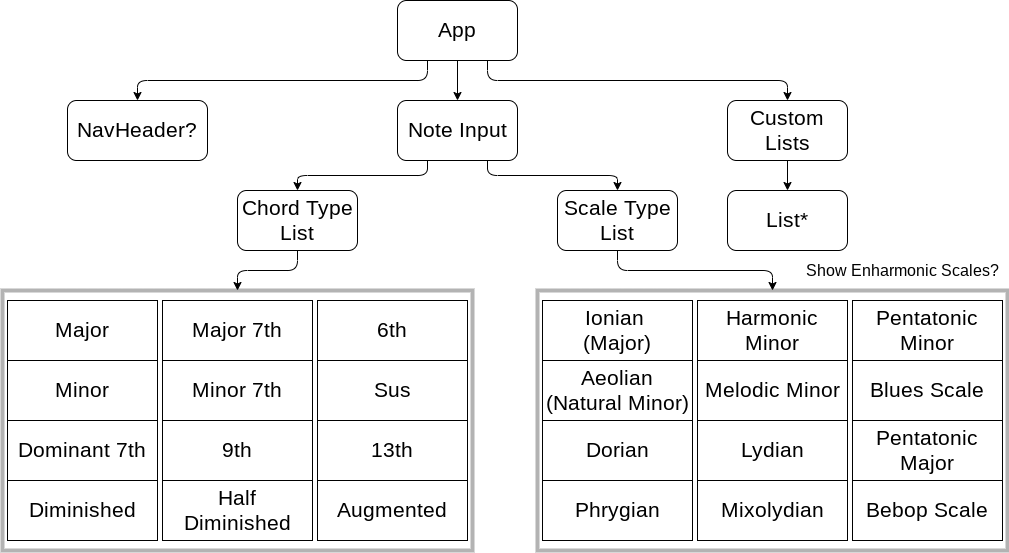
YTyler/chord-book keeps this draw.io diagram as src/images/structure.png. Above is the earlier version. Source tidied: cells renumbered, new cells last; positions are measured from the earlier drawing's top-left corner, leaving out a move shared by most shapes. Source of this version:
```xml
<mxGraphModel>
  <root>
    <mxCell id="0" />
    <mxCell id="1" parent="0" />
    <mxCell id="2" style="rounded=0;whiteSpace=wrap;html=1;strokeWidth=4;fillColor=none;fontSize=21;strokeColor=#B3B3B3;" parent="1" vertex="1">
      <mxGeometry x="535" y="290" width="470" height="260" as="geometry" />
    </mxCell>
    <mxCell id="3" style="edgeStyle=orthogonalEdgeStyle;rounded=0;jettySize=auto;html=1;fontSize=21;" parent="1" edge="1" source="4" target="6">
      <mxGeometry relative="1" as="geometry" />
    </mxCell>
    <mxCell id="4" value="App" style="rounded=1;whiteSpace=wrap;html=1;fontSize=21;" parent="1" vertex="1">
      <mxGeometry x="395" width="120" height="60" as="geometry" />
    </mxCell>
    <mxCell id="5" value="NavHeader?" style="rounded=1;whiteSpace=wrap;html=1;fontSize=21;" parent="1" vertex="1">
      <mxGeometry x="65" y="100" width="140" height="60" as="geometry" />
    </mxCell>
    <mxCell id="6" value="Note Input" style="rounded=1;whiteSpace=wrap;html=1;fontSize=21;" parent="1" vertex="1">
      <mxGeometry x="395" y="100" width="120" height="60" as="geometry" />
    </mxCell>
    <mxCell id="7" value="Chord Type List" style="rounded=1;whiteSpace=wrap;html=1;fontSize=21;" parent="1" vertex="1">
      <mxGeometry x="235" y="190" width="120" height="60" as="geometry" />
    </mxCell>
    <mxCell id="8" value="Scale Type List" style="rounded=1;whiteSpace=wrap;html=1;fontSize=21;" parent="1" vertex="1">
      <mxGeometry x="555" y="190" width="120" height="60" as="geometry" />
    </mxCell>
    <mxCell id="9" value="Ionian&amp;nbsp;&lt;br&gt;(Major)" style="rounded=0;whiteSpace=wrap;html=1;fontSize=21;" parent="1" vertex="1">
      <mxGeometry x="540" y="300" width="150" height="60" as="geometry" />
    </mxCell>
    <mxCell id="10" value="Aeolian&lt;br&gt;(Natural Minor)" style="rounded=0;whiteSpace=wrap;html=1;fontSize=21;" parent="1" vertex="1">
      <mxGeometry x="540" y="360" width="150" height="60" as="geometry" />
    </mxCell>
    <mxCell id="11" value="Harmonic Minor" style="rounded=0;whiteSpace=wrap;html=1;fontSize=21;" parent="1" vertex="1">
      <mxGeometry x="695" y="300" width="150" height="60" as="geometry" />
    </mxCell>
    <mxCell id="12" value="Melodic Minor" style="rounded=0;whiteSpace=wrap;html=1;fontSize=21;" parent="1" vertex="1">
      <mxGeometry x="695" y="360" width="150" height="60" as="geometry" />
    </mxCell>
    <mxCell id="13" style="endArrow=classic;html=1;fontSize=21;entryX=0.5;entryY=0;entryDx=0;entryDy=0;exitX=0.25;exitY=1;exitDx=0;exitDy=0;edgeStyle=orthogonalEdgeStyle;" parent="1" edge="1" source="6" target="7">
      <mxGeometry relative="1" as="geometry" />
    </mxCell>
    <mxCell id="14" style="endArrow=classic;html=1;fontSize=21;exitX=0.75;exitY=1;exitDx=0;exitDy=0;entryX=0.5;entryY=0;entryDx=0;entryDy=0;edgeStyle=orthogonalEdgeStyle;" parent="1" edge="1" source="6" target="8">
      <mxGeometry relative="1" as="geometry" />
    </mxCell>
    <mxCell id="15" style="endArrow=classic;html=1;fontSize=21;entryX=0.5;entryY=0;entryDx=0;entryDy=0;exitX=0.5;exitY=1;exitDx=0;exitDy=0;edgeStyle=orthogonalEdgeStyle;" parent="1" edge="1" source="8" target="2">
      <mxGeometry relative="1" as="geometry" />
    </mxCell>
    <mxCell id="16" value="Blues Scale" style="rounded=0;whiteSpace=wrap;html=1;strokeWidth=1;fillColor=#ffffff;fontSize=21;" parent="1" vertex="1">
      <mxGeometry x="850" y="360" width="150" height="60" as="geometry" />
    </mxCell>
    <mxCell id="17" value="Pentatonic Minor" style="rounded=0;whiteSpace=wrap;html=1;strokeWidth=1;fillColor=#ffffff;fontSize=21;" parent="1" vertex="1">
      <mxGeometry x="850" y="300" width="150" height="60" as="geometry" />
    </mxCell>
    <mxCell id="18" value="Dorian" style="rounded=0;whiteSpace=wrap;html=1;strokeWidth=1;fillColor=#ffffff;fontSize=21;" parent="1" vertex="1">
      <mxGeometry x="540" y="420" width="150" height="60" as="geometry" />
    </mxCell>
    <mxCell id="19" value="Lydian" style="rounded=0;whiteSpace=wrap;html=1;strokeWidth=1;fillColor=#ffffff;fontSize=21;" parent="1" vertex="1">
      <mxGeometry x="695" y="420" width="150" height="60" as="geometry" />
    </mxCell>
    <mxCell id="20" value="Pentatonic Major" style="rounded=0;whiteSpace=wrap;html=1;strokeWidth=1;fillColor=#ffffff;fontSize=21;" parent="1" vertex="1">
      <mxGeometry x="850" y="420" width="150" height="60" as="geometry" />
    </mxCell>
    <mxCell id="21" value="Phrygian" style="rounded=0;whiteSpace=wrap;html=1;strokeWidth=1;fillColor=#ffffff;fontSize=21;" parent="1" vertex="1">
      <mxGeometry x="540" y="480" width="150" height="60" as="geometry" />
    </mxCell>
    <mxCell id="22" value="Mixolydian" style="rounded=0;whiteSpace=wrap;html=1;strokeWidth=1;fillColor=#ffffff;fontSize=21;" parent="1" vertex="1">
      <mxGeometry x="695" y="480" width="150" height="60" as="geometry" />
    </mxCell>
    <mxCell id="23" value="Bebop Scale" style="rounded=0;whiteSpace=wrap;html=1;strokeWidth=1;fillColor=#ffffff;fontSize=21;" parent="1" vertex="1">
      <mxGeometry x="850" y="480" width="150" height="60" as="geometry" />
    </mxCell>
    <mxCell id="24" value="Show Enharmonic Scales?" style="text;html=1;strokeColor=none;fillColor=none;align=center;verticalAlign=middle;whiteSpace=wrap;rounded=0;fontSize=16;" parent="1" vertex="1">
      <mxGeometry x="800" y="260" width="200" height="20" as="geometry" />
    </mxCell>
    <mxCell id="25" style="rounded=0;whiteSpace=wrap;html=1;strokeWidth=4;fillColor=none;fontSize=21;strokeColor=#B3B3B3;" parent="1" vertex="1">
      <mxGeometry y="290" width="470" height="260" as="geometry" />
    </mxCell>
    <mxCell id="26" value="Major" style="rounded=0;whiteSpace=wrap;html=1;fontSize=21;" parent="1" vertex="1">
      <mxGeometry x="5" y="300" width="150" height="60" as="geometry" />
    </mxCell>
    <mxCell id="27" value="Minor" style="rounded=0;whiteSpace=wrap;html=1;fontSize=21;" parent="1" vertex="1">
      <mxGeometry x="5" y="360" width="150" height="60" as="geometry" />
    </mxCell>
    <mxCell id="28" value="Major 7th" style="rounded=0;whiteSpace=wrap;html=1;fontSize=21;" parent="1" vertex="1">
      <mxGeometry x="160" y="300" width="150" height="60" as="geometry" />
    </mxCell>
    <mxCell id="29" value="Minor 7th" style="rounded=0;whiteSpace=wrap;html=1;fontSize=21;" parent="1" vertex="1">
      <mxGeometry x="160" y="360" width="150" height="60" as="geometry" />
    </mxCell>
    <mxCell id="30" value="Sus" style="rounded=0;whiteSpace=wrap;html=1;strokeWidth=1;fillColor=#ffffff;fontSize=21;" parent="1" vertex="1">
      <mxGeometry x="315" y="360" width="150" height="60" as="geometry" />
    </mxCell>
    <mxCell id="31" value="6th" style="rounded=0;whiteSpace=wrap;html=1;strokeWidth=1;fillColor=#ffffff;fontSize=21;" parent="1" vertex="1">
      <mxGeometry x="315" y="300" width="150" height="60" as="geometry" />
    </mxCell>
    <mxCell id="32" value="Dominant 7th" style="rounded=0;whiteSpace=wrap;html=1;strokeWidth=1;fillColor=#ffffff;fontSize=21;" parent="1" vertex="1">
      <mxGeometry x="5" y="420" width="150" height="60" as="geometry" />
    </mxCell>
    <mxCell id="33" value="9th" style="rounded=0;whiteSpace=wrap;html=1;strokeWidth=1;fillColor=#ffffff;fontSize=21;" parent="1" vertex="1">
      <mxGeometry x="160" y="420" width="150" height="60" as="geometry" />
    </mxCell>
    <mxCell id="34" value="13th" style="rounded=0;whiteSpace=wrap;html=1;strokeWidth=1;fillColor=#ffffff;fontSize=21;" parent="1" vertex="1">
      <mxGeometry x="315" y="420" width="150" height="60" as="geometry" />
    </mxCell>
    <mxCell id="35" value="Diminished" style="rounded=0;whiteSpace=wrap;html=1;strokeWidth=1;fillColor=#ffffff;fontSize=21;" parent="1" vertex="1">
      <mxGeometry x="5" y="480" width="150" height="60" as="geometry" />
    </mxCell>
    <mxCell id="36" value="Half Diminished" style="rounded=0;whiteSpace=wrap;html=1;strokeWidth=1;fillColor=#ffffff;fontSize=21;" parent="1" vertex="1">
      <mxGeometry x="160" y="480" width="150" height="60" as="geometry" />
    </mxCell>
    <mxCell id="37" value="Augmented" style="rounded=0;whiteSpace=wrap;html=1;strokeWidth=1;fillColor=#ffffff;fontSize=21;" parent="1" vertex="1">
      <mxGeometry x="315" y="480" width="150" height="60" as="geometry" />
    </mxCell>
    <mxCell id="38" style="endArrow=classic;html=1;fontSize=16;entryX=0.5;entryY=0;entryDx=0;entryDy=0;exitX=0.5;exitY=1;exitDx=0;exitDy=0;edgeStyle=orthogonalEdgeStyle;" parent="1" edge="1" source="7" target="25">
      <mxGeometry relative="1" as="geometry" />
    </mxCell>
    <mxCell id="39" style="edgeStyle=orthogonalEdgeStyle;rounded=0;jettySize=auto;html=1;fontSize=21;" parent="1" edge="1" source="40" target="41">
      <mxGeometry relative="1" as="geometry" />
    </mxCell>
    <mxCell id="40" value="Custom Lists" style="rounded=1;whiteSpace=wrap;html=1;strokeWidth=1;fillColor=#ffffff;fontSize=21;" parent="1" vertex="1">
      <mxGeometry x="725" y="100" width="120" height="60" as="geometry" />
    </mxCell>
    <mxCell id="41" value="List*" style="rounded=1;whiteSpace=wrap;html=1;strokeWidth=1;fillColor=#ffffff;fontSize=21;" parent="1" vertex="1">
      <mxGeometry x="725" y="190" width="120" height="60" as="geometry" />
    </mxCell>
    <mxCell id="42" style="endArrow=classic;html=1;fontSize=21;entryX=0.5;entryY=0;entryDx=0;entryDy=0;exitX=0.75;exitY=1;exitDx=0;exitDy=0;edgeStyle=orthogonalEdgeStyle;" parent="1" edge="1" source="4" target="40">
      <mxGeometry relative="1" as="geometry" />
    </mxCell>
    <mxCell id="43" style="endArrow=classic;html=1;fontSize=21;exitX=0.25;exitY=1;exitDx=0;exitDy=0;entryX=0.5;entryY=0;entryDx=0;entryDy=0;edgeStyle=orthogonalEdgeStyle;" parent="1" edge="1" source="4" target="5">
      <mxGeometry relative="1" as="geometry" />
    </mxCell>
  </root>
</mxGraphModel>
```
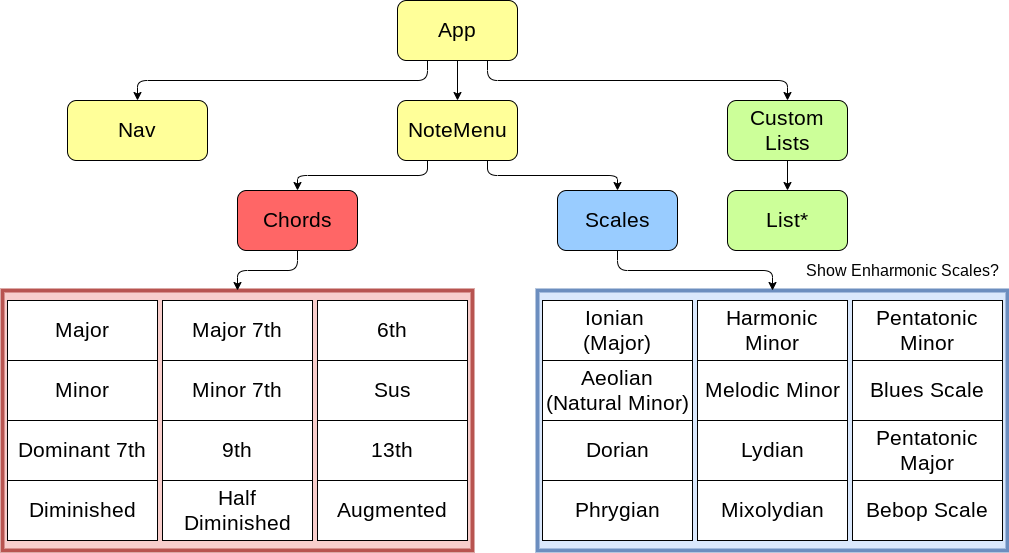
The same diagram one commit later.

What changed in the source:
```diff
@@ -2,25 +2,25 @@
   <root>
     <mxCell id="0" />
     <mxCell id="1" parent="0" />
-    <mxCell id="2" style="rounded=0;whiteSpace=wrap;html=1;strokeWidth=4;fillColor=none;fontSize=21;strokeColor=#B3B3B3;" parent="1" vertex="1">
+    <mxCell id="2" style="rounded=0;whiteSpace=wrap;html=1;strokeWidth=4;fillColor=#dae8fc;fontSize=21;strokeColor=#6c8ebf;" parent="1" vertex="1">
       <mxGeometry x="535" y="290" width="470" height="260" as="geometry" />
     </mxCell>
     <mxCell id="3" style="edgeStyle=orthogonalEdgeStyle;rounded=0;jettySize=auto;html=1;fontSize=21;" parent="1" edge="1" source="4" target="6">
       <mxGeometry relative="1" as="geometry" />
     </mxCell>
-    <mxCell id="4" value="App" style="rounded=1;whiteSpace=wrap;html=1;fontSize=21;" parent="1" vertex="1">
+    <mxCell id="4" value="App" style="rounded=1;whiteSpace=wrap;html=1;fontSize=21;fillColor=#FFFF99;" parent="1" vertex="1">
       <mxGeometry x="395" width="120" height="60" as="geometry" />
     </mxCell>
-    <mxCell id="5" value="NavHeader?" style="rounded=1;whiteSpace=wrap;html=1;fontSize=21;" parent="1" vertex="1">
+    <mxCell id="5" value="Nav" style="rounded=1;whiteSpace=wrap;html=1;fontSize=21;fillColor=#FFFF99;" parent="1" vertex="1">
       <mxGeometry x="65" y="100" width="140" height="60" as="geometry" />
     </mxCell>
-    <mxCell id="6" value="Note Input" style="rounded=1;whiteSpace=wrap;html=1;fontSize=21;" parent="1" vertex="1">
+    <mxCell id="6" value="NoteMenu" style="rounded=1;whiteSpace=wrap;html=1;fontSize=21;fillColor=#FFFF99;" parent="1" vertex="1">
       <mxGeometry x="395" y="100" width="120" height="60" as="geometry" />
     </mxCell>
-    <mxCell id="7" value="Chord Type List" style="rounded=1;whiteSpace=wrap;html=1;fontSize=21;" parent="1" vertex="1">
+    <mxCell id="7" value="Chords" style="rounded=1;whiteSpace=wrap;html=1;fontSize=21;fillColor=#FF6666;" parent="1" vertex="1">
       <mxGeometry x="235" y="190" width="120" height="60" as="geometry" />
     </mxCell>
-    <mxCell id="8" value="Scale Type List" style="rounded=1;whiteSpace=wrap;html=1;fontSize=21;" parent="1" vertex="1">
+    <mxCell id="8" value="Scales" style="rounded=1;whiteSpace=wrap;html=1;fontSize=21;fillColor=#99CCFF;" parent="1" vertex="1">
       <mxGeometry x="555" y="190" width="120" height="60" as="geometry" />
     </mxCell>
     <mxCell id="9" value="Ionian&amp;nbsp;&lt;br&gt;(Major)" style="rounded=0;whiteSpace=wrap;html=1;fontSize=21;" parent="1" vertex="1">
@@ -71,7 +71,7 @@
     <mxCell id="24" value="Show Enharmonic Scales?" style="text;html=1;strokeColor=none;fillColor=none;align=center;verticalAlign=middle;whiteSpace=wrap;rounded=0;fontSize=16;" parent="1" vertex="1">
       <mxGeometry x="800" y="260" width="200" height="20" as="geometry" />
     </mxCell>
-    <mxCell id="25" style="rounded=0;whiteSpace=wrap;html=1;strokeWidth=4;fillColor=none;fontSize=21;strokeColor=#B3B3B3;" parent="1" vertex="1">
+    <mxCell id="25" style="rounded=0;whiteSpace=wrap;html=1;strokeWidth=4;fillColor=#f8cecc;fontSize=21;strokeColor=#b85450;" parent="1" vertex="1">
       <mxGeometry y="290" width="470" height="260" as="geometry" />
     </mxCell>
     <mxCell id="26" value="Major" style="rounded=0;whiteSpace=wrap;html=1;fontSize=21;" parent="1" vertex="1">
@@ -116,10 +116,10 @@
     <mxCell id="39" style="edgeStyle=orthogonalEdgeStyle;rounded=0;jettySize=auto;html=1;fontSize=21;" parent="1" edge="1" source="40" target="41">
       <mxGeometry relative="1" as="geometry" />
     </mxCell>
-    <mxCell id="40" value="Custom Lists" style="rounded=1;whiteSpace=wrap;html=1;strokeWidth=1;fillColor=#ffffff;fontSize=21;" parent="1" vertex="1">
+    <mxCell id="40" value="Custom Lists" style="rounded=1;whiteSpace=wrap;html=1;strokeWidth=1;fillColor=#CCFF99;fontSize=21;" parent="1" vertex="1">
       <mxGeometry x="725" y="100" width="120" height="60" as="geometry" />
     </mxCell>
-    <mxCell id="41" value="List*" style="rounded=1;whiteSpace=wrap;html=1;strokeWidth=1;fillColor=#ffffff;fontSize=21;" parent="1" vertex="1">
+    <mxCell id="41" value="List*" style="rounded=1;whiteSpace=wrap;html=1;strokeWidth=1;fillColor=#CCFF99;fontSize=21;" parent="1" vertex="1">
       <mxGeometry x="725" y="190" width="120" height="60" as="geometry" />
     </mxCell>
     <mxCell id="42" style="endArrow=classic;html=1;fontSize=21;entryX=0.5;entryY=0;entryDx=0;entryDy=0;exitX=0.75;exitY=1;exitDx=0;exitDy=0;edgeStyle=orthogonalEdgeStyle;" parent="1" edge="1" source="4" target="40">
```
